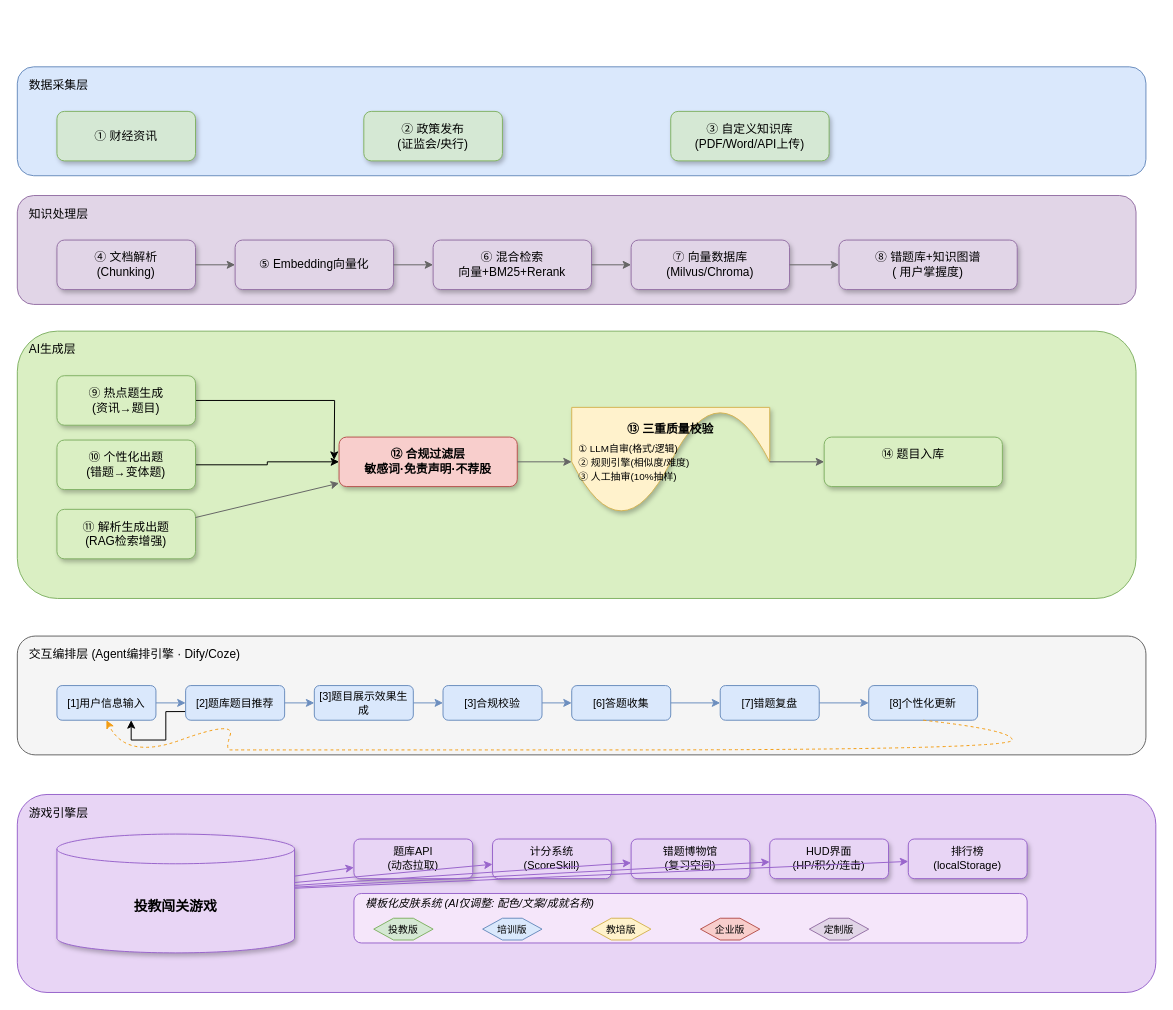
This is 投教小课堂.drawio from HappyAimee/ant-design, a draw.io file, before an edit. Source tidied: cells renumbered, new cells numbered last; positions are measured from the earlier drawing's top-left corner, leaving out a move shared by most shapes. Both pictures are drawn from the tidied source at 99%, with x=0, y=0 at pixel (17, 17).
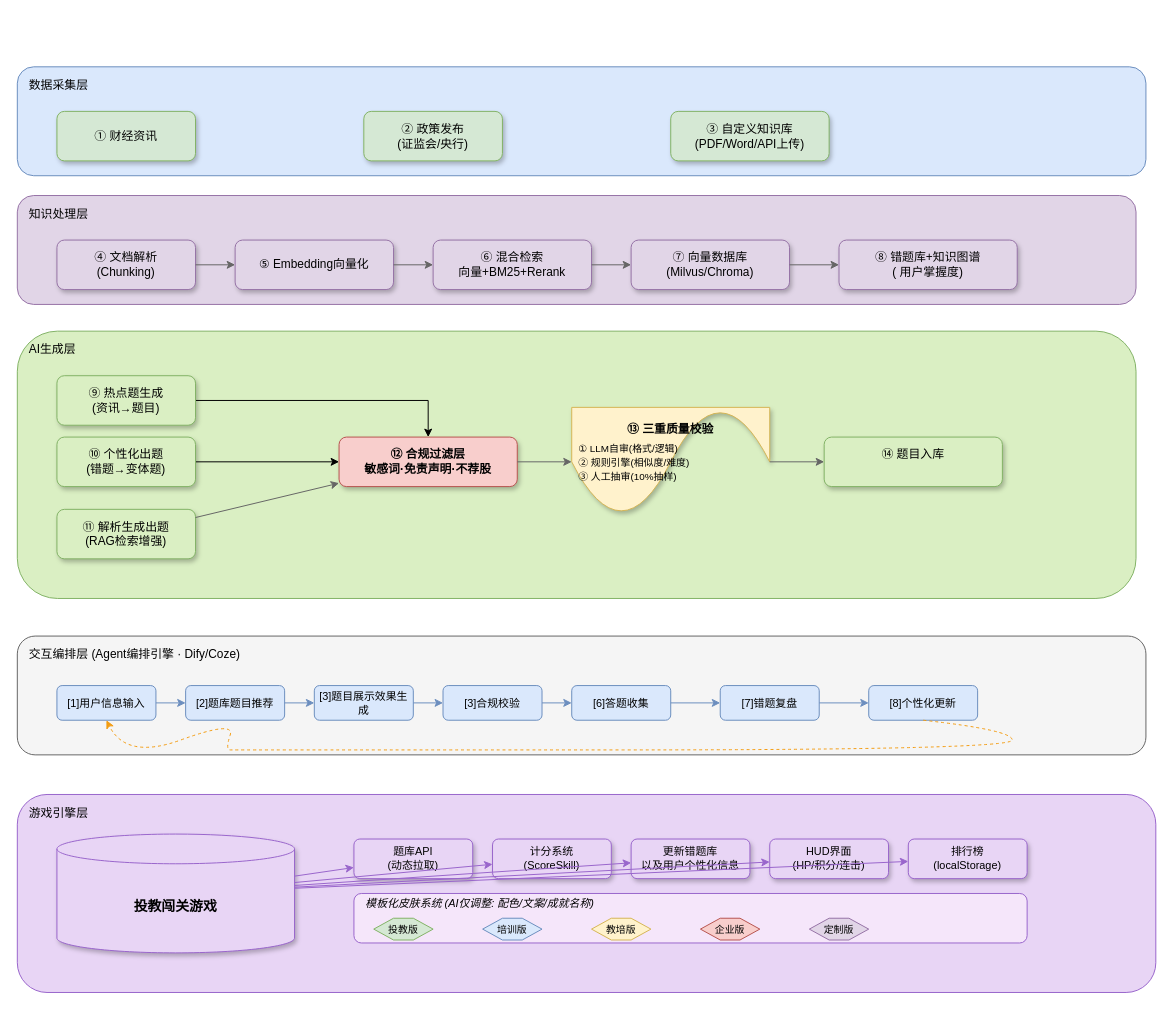
The same diagram, later.

Commit message:
更新投教小课堂.drawio

The change refers to these unchanged cells:
```xml
<mxCell id="22" value="⑨ 热点题生成&#10;(资讯→题目)" style="rounded=1;whiteSpace=wrap;html=1;fillColor=#daefc3;strokeColor=#82b366;fontSize=12;shadow=1;" parent="1" vertex="1">
  <mxGeometry x="40" y="362" width="140" height="50" as="geometry" />
</mxCell>
<mxCell id="26" value="⑫ 合规过滤层&#10;敏感词·免责声明·不荐股" style="rounded=1;whiteSpace=wrap;html=1;fillColor=#f8cecc;strokeColor=#b85450;fontSize=12;fontStyle=1;shadow=1;" parent="1" vertex="1">
  <mxGeometry x="325" y="424" width="180" height="50" as="geometry" />
</mxCell>
<mxCell id="37" value="[1]用户信息输入" style="rounded=1;whiteSpace=wrap;html=1;fillColor=#dae8fc;strokeColor=#6c8ebf;fontSize=11;" parent="1" vertex="1">
  <mxGeometry x="40" y="675" width="100" height="35" as="geometry" />
</mxCell>
<mxCell id="39" value="[2]题库题目推荐" style="rounded=1;whiteSpace=wrap;html=1;fillColor=#dae8fc;strokeColor=#6c8ebf;fontSize=11;" parent="1" vertex="1">
  <mxGeometry x="170" y="675" width="100" height="35" as="geometry" />
</mxCell>
```

Change to the diagram source:
```diff
@@
-    <mxCell id="21" style="edgeStyle=orthogonalEdgeStyle;rounded=0;jettySize=auto;html=1;exitX=1;exitY=0.5;exitDx=0;exitDy=0;" parent="1" edge="1" source="22">
-      <mxGeometry relative="1" as="geometry">
-        <mxPoint x="320" y="447" as="targetPoint" />
-      </mxGeometry>
+    <mxCell id="21" style="edgeStyle=orthogonalEdgeStyle;rounded=0;jettySize=auto;html=1;exitX=1;exitY=0.5;exitDx=0;exitDy=0;" parent="1" edge="1" source="22" target="26">
+      <mxGeometry relative="1" as="geometry" />
     </mxCell>
@@
     <mxCell id="24" value="⑩ 个性化出题&#10;(错题→变体题)" style="rounded=1;whiteSpace=wrap;html=1;fillColor=#daefc3;strokeColor=#82b366;fontSize=12;shadow=1;" parent="1" vertex="1">
-      <mxGeometry x="40" y="427" width="140" height="50" as="geometry" />
+      <mxGeometry x="40" y="424" width="140" height="50" as="geometry" />
     </mxCell>
@@
-    <mxCell id="38" style="edgeStyle=orthogonalEdgeStyle;rounded=0;jettySize=auto;html=1;exitX=0;exitY=0.75;exitDx=0;exitDy=0;entryX=0.75;entryY=1;entryDx=0;entryDy=0;" parent="1" edge="1" source="39" target="37">
-      <mxGeometry relative="1" as="geometry" />
-    </mxCell>
@@
-    <mxCell id="57" value="错题博物馆&lt;br&gt;(复习空间)" style="rounded=1;whiteSpace=wrap;html=1;fillColor=#e8d5f5;strokeColor=#9966cc;fontSize=11;shadow=1;" parent="1" vertex="1">
+    <mxCell id="57" value="更新错题库&lt;div&gt;以及用户个性化信息&lt;/div&gt;" style="rounded=1;whiteSpace=wrap;html=1;fillColor=#e8d5f5;strokeColor=#9966cc;fontSize=11;shadow=1;" parent="1" vertex="1">
       <mxGeometry x="620" y="830" width="120" height="40" as="geometry" />
     </mxCell>
```
